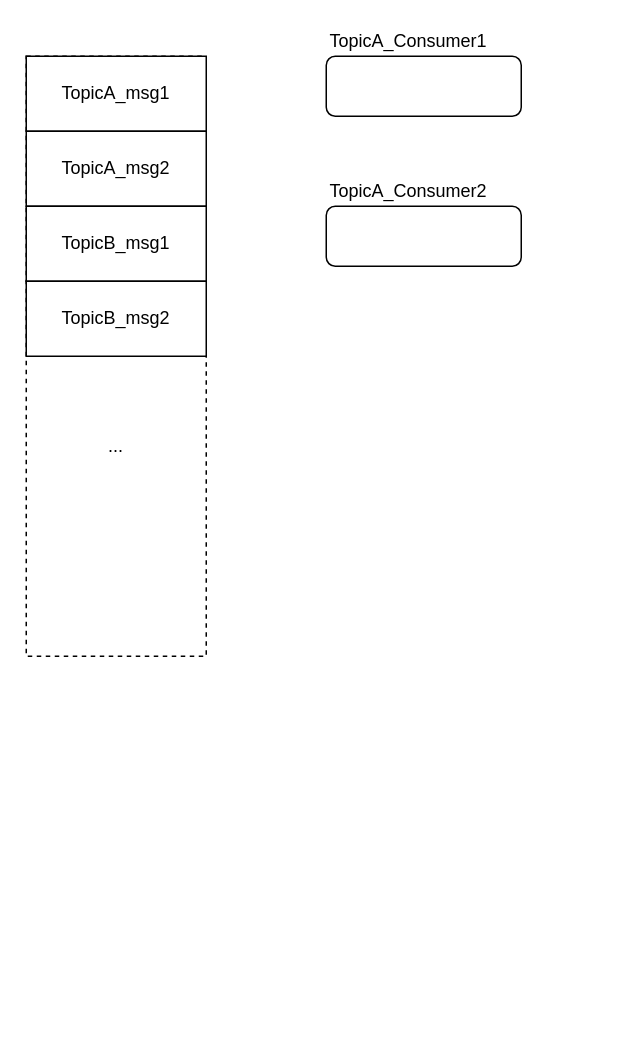
Before: RocketMQ_消息存储.drawio in bluefantasy2014/draw.io, a draw.io diagram. Source tidied: cells renumbered, new cells numbered last; positions are measured from the earlier drawing's top-left corner, leaving out a move shared by most shapes. Both pictures are drawn from the tidied source at 150%, with x=0, y=0 at pixel (26, 26).
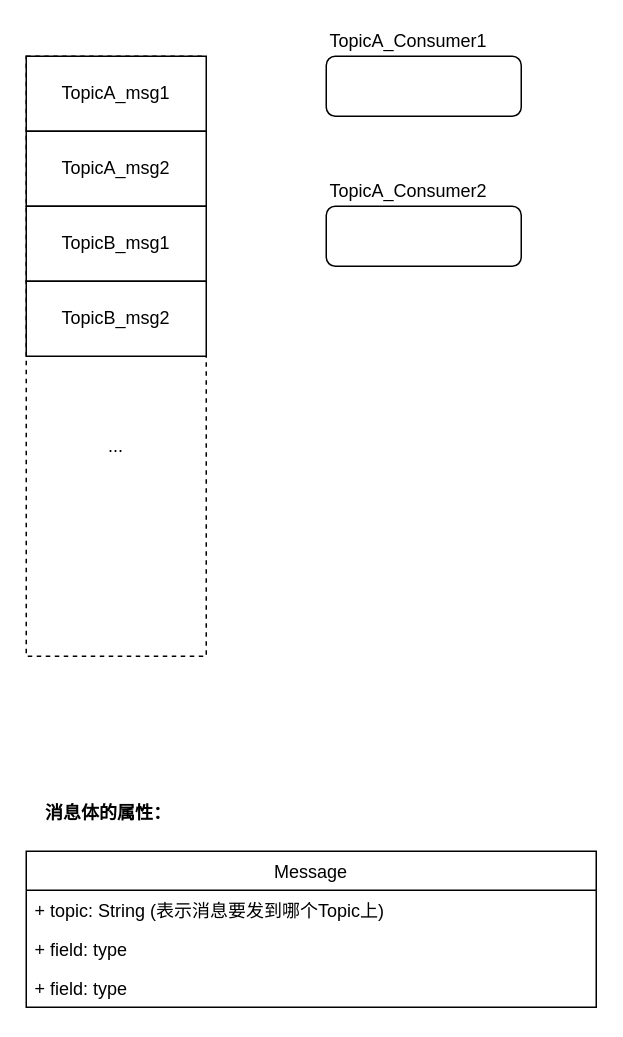
After the change.

The edit, as a diff of the source:
```diff
@@
 <mxGraphModel>
   <root>
     <mxCell id="0" />
     <mxCell id="1" parent="0" />
     <mxCell id="2" style="rounded=0;whiteSpace=wrap;html=1;dashed=1;" parent="1" vertex="1">
       <mxGeometry y="20" width="120" height="400" as="geometry" />
     </mxCell>
     <mxCell id="3" value="TopicA_msg1" style="rounded=0;whiteSpace=wrap;html=1;" parent="1" vertex="1">
       <mxGeometry y="20" width="120" height="50" as="geometry" />
     </mxCell>
     <mxCell id="4" value="TopicA_msg2" style="rounded=0;whiteSpace=wrap;html=1;" parent="1" vertex="1">
       <mxGeometry y="70" width="120" height="50" as="geometry" />
     </mxCell>
     <mxCell id="5" value="TopicB_msg1" style="rounded=0;whiteSpace=wrap;html=1;" parent="1" vertex="1">
       <mxGeometry y="120" width="120" height="50" as="geometry" />
     </mxCell>
     <mxCell id="6" value="TopicB_msg2" style="rounded=0;whiteSpace=wrap;html=1;" parent="1" vertex="1">
       <mxGeometry y="170" width="120" height="50" as="geometry" />
     </mxCell>
     <mxCell id="7" value="..." style="text;html=1;strokeColor=none;fillColor=none;align=center;verticalAlign=middle;whiteSpace=wrap;rounded=0;dashed=1;" parent="1" vertex="1">
       <mxGeometry x="40" y="270" width="40" height="20" as="geometry" />
     </mxCell>
     <mxCell id="8" style="rounded=1;whiteSpace=wrap;html=1;" parent="1" vertex="1">
       <mxGeometry x="200" y="20" width="130" height="40" as="geometry" />
     </mxCell>
     <mxCell id="9" value="TopicA_Consumer1" style="text;html=1;strokeColor=none;fillColor=none;align=center;verticalAlign=middle;whiteSpace=wrap;rounded=0;" parent="1" vertex="1">
       <mxGeometry x="200" width="110" height="20" as="geometry" />
     </mxCell>
     <mxCell id="10" style="rounded=1;whiteSpace=wrap;html=1;" parent="1" vertex="1">
       <mxGeometry x="200" y="120" width="130" height="40" as="geometry" />
     </mxCell>
     <mxCell id="11" value="TopicA_Consumer2" style="text;html=1;strokeColor=none;fillColor=none;align=center;verticalAlign=middle;whiteSpace=wrap;rounded=0;" parent="1" vertex="1">
       <mxGeometry x="200" y="100" width="110" height="20" as="geometry" />
     </mxCell>
+    <mxCell id="12" value="Message" style="swimlane;fontStyle=0;horizontal=1;startSize=26;fillColor=none;" parent="1" vertex="1">
+      <mxGeometry y="550" width="380" height="104" as="geometry" />
+    </mxCell>
+    <mxCell id="13" value="+ topic: String (表示消息要发到哪个Topic上)" style="text;strokeColor=none;fillColor=none;align=left;verticalAlign=top;spacingLeft=4;spacingRight=4;overflow=hidden;" parent="12" vertex="1">
+      <mxGeometry y="26" width="380" height="26" as="geometry" />
+    </mxCell>
+    <mxCell id="14" value="+ field: type" style="text;strokeColor=none;fillColor=none;align=left;verticalAlign=top;spacingLeft=4;spacingRight=4;overflow=hidden;" parent="12" vertex="1">
+      <mxGeometry y="52" width="380" height="26" as="geometry" />
+    </mxCell>
+    <mxCell id="15" value="+ field: type" style="text;strokeColor=none;fillColor=none;align=left;verticalAlign=top;spacingLeft=4;spacingRight=4;overflow=hidden;" parent="12" vertex="1">
+      <mxGeometry y="78" width="380" height="26" as="geometry" />
+    </mxCell>
+    <mxCell id="16" value="&lt;b&gt;消息体的属性：&lt;/b&gt;" style="text;html=1;strokeColor=none;fillColor=none;align=center;verticalAlign=middle;whiteSpace=wrap;rounded=0;" parent="1" vertex="1">
+      <mxGeometry y="515" width="110" height="20" as="geometry" />
+    </mxCell>
   </root>
 </mxGraphModel>
```
